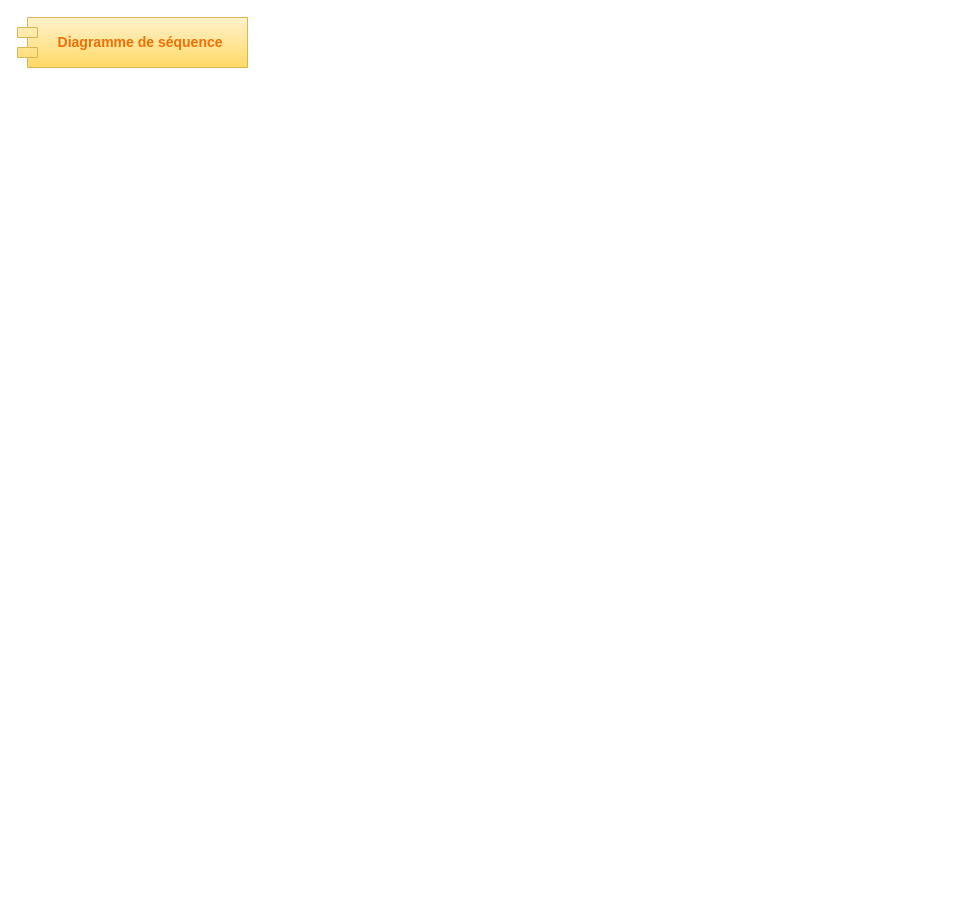
Above: doc/Diagramme_de_sequence_02.drawio in MelissaHOA/EXO_Gestion_Ecole (draw.io), before the change. Source tidied: cells renumbered, new cells numbered last; positions are measured from the earlier drawing's top-left corner, leaving out a move shared by most shapes. Both pictures are drawn from the tidied source at 100%, with x=0, y=0 at pixel (17, 17).
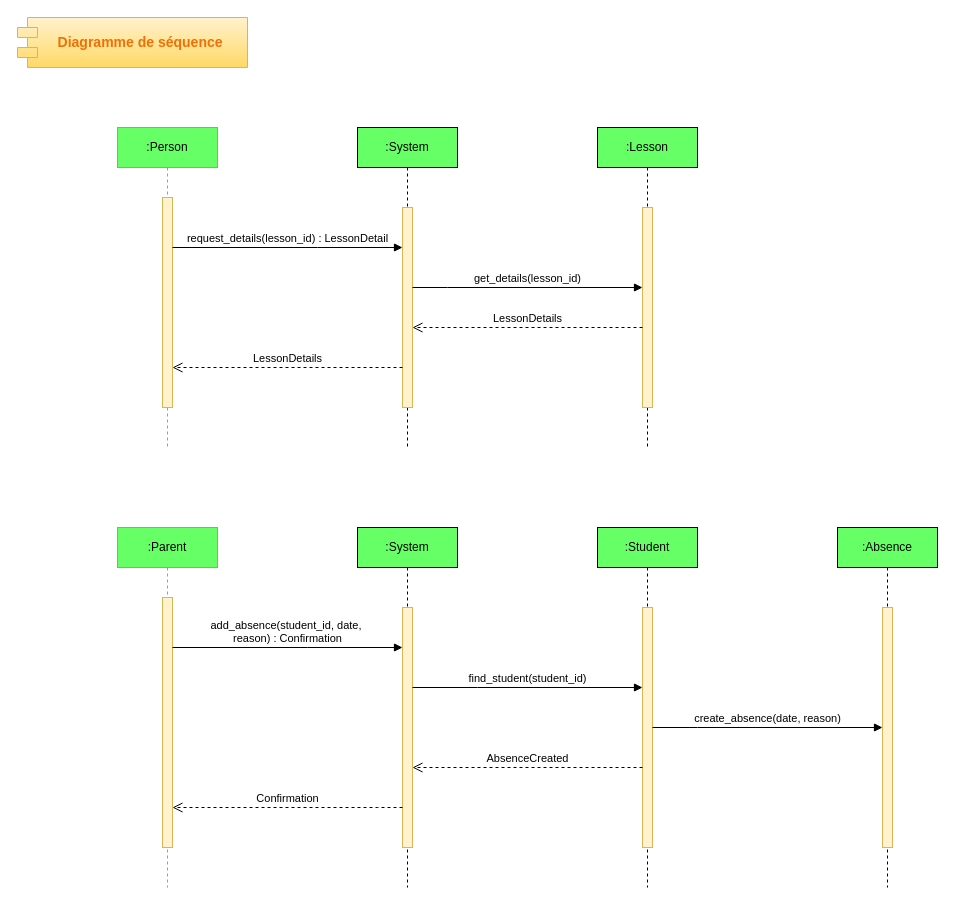
After the change.

Commit message:
Mettre à jour Diagramme_de_sequence_02.drawio

The edit, as a diff of the source:
```diff
@@
+    <mxCell id="3" value=":Person" style="shape=umlLifeline;perimeter=lifelinePerimeter;whiteSpace=wrap;html=1;newEdgeStyle={&quot;edgeStyle&quot;:&quot;elbowEdgeStyle&quot;,&quot;elbow&quot;:&quot;vertical&quot;,&quot;curved&quot;:0,&quot;rounded&quot;:0};fillColor=#66ff66;strokeColor=#82b366;" parent="1" vertex="1">
+      <mxGeometry x="100" y="110" width="100" height="320" as="geometry" />
+    </mxCell>
+    <mxCell id="4" style="html=1;points=[];perimeter=orthogonalPerimeter;outlineConnect=0;targetShapes=umlLifeline;portConstraint=eastwest;newEdgeStyle={&quot;edgeStyle&quot;:&quot;elbowEdgeStyle&quot;,&quot;elbow&quot;:&quot;vertical&quot;,&quot;curved&quot;:0,&quot;rounded&quot;:0};fillColor=#fff2cc;strokeColor=#d6b656;" parent="3" vertex="1">
+      <mxGeometry x="45" y="70" width="10" height="210" as="geometry" />
+    </mxCell>
+    <mxCell id="5" value=":System" style="shape=umlLifeline;perimeter=lifelinePerimeter;whiteSpace=wrap;html=1;newEdgeStyle={&quot;edgeStyle&quot;:&quot;elbowEdgeStyle&quot;,&quot;elbow&quot;:&quot;vertical&quot;,&quot;curved&quot;:0,&quot;rounded&quot;:0};fillColor=#66ff66;" parent="1" vertex="1">
+      <mxGeometry x="340" y="110" width="100" height="320" as="geometry" />
+    </mxCell>
+    <mxCell id="6" style="html=1;points=[];perimeter=orthogonalPerimeter;outlineConnect=0;targetShapes=umlLifeline;portConstraint=eastwest;newEdgeStyle={&quot;edgeStyle&quot;:&quot;elbowEdgeStyle&quot;,&quot;elbow&quot;:&quot;vertical&quot;,&quot;curved&quot;:0,&quot;rounded&quot;:0};fillColor=#fff2cc;strokeColor=#d6b656;" parent="5" vertex="1">
+      <mxGeometry x="45" y="80" width="10" height="200" as="geometry" />
+    </mxCell>
+    <mxCell id="7" value="request_details(lesson_id) : LessonDetail" style="html=1;verticalAlign=bottom;endArrow=block;edgeStyle=elbowEdgeStyle;elbow=vertical;curved=0;rounded=0;" parent="1" edge="1" source="4" target="6">
+      <mxGeometry relative="1" as="geometry">
+        <Array as="points">
+          <mxPoint x="300" y="230" />
+          <mxPoint x="240" y="190" />
+        </Array>
+      </mxGeometry>
+    </mxCell>
+    <mxCell id="8" value="LessonDetails" style="html=1;verticalAlign=bottom;endArrow=open;dashed=1;endSize=8;edgeStyle=elbowEdgeStyle;elbow=vertical;curved=0;rounded=0;" parent="1" edge="1">
+      <mxGeometry relative="1" as="geometry">
+        <mxPoint x="385" y="350" as="sourcePoint" />
+        <mxPoint x="155" y="350" as="targetPoint" />
+        <Array as="points">
+          <mxPoint x="320" y="350" />
+          <mxPoint x="250" y="390" />
+        </Array>
+      </mxGeometry>
+    </mxCell>
+    <mxCell id="9" value=":Lesson" style="shape=umlLifeline;perimeter=lifelinePerimeter;whiteSpace=wrap;html=1;newEdgeStyle={&quot;edgeStyle&quot;:&quot;elbowEdgeStyle&quot;,&quot;elbow&quot;:&quot;vertical&quot;,&quot;curved&quot;:0,&quot;rounded&quot;:0};fillColor=#66FF66;" parent="1" vertex="1">
+      <mxGeometry x="580" y="110" width="100" height="320" as="geometry" />
+    </mxCell>
+    <mxCell id="10" style="html=1;points=[];perimeter=orthogonalPerimeter;outlineConnect=0;targetShapes=umlLifeline;portConstraint=eastwest;newEdgeStyle={&quot;edgeStyle&quot;:&quot;elbowEdgeStyle&quot;,&quot;elbow&quot;:&quot;vertical&quot;,&quot;curved&quot;:0,&quot;rounded&quot;:0};fillColor=#fff2cc;strokeColor=#d6b656;" parent="9" vertex="1">
+      <mxGeometry x="45" y="80" width="10" height="200" as="geometry" />
+    </mxCell>
+    <mxCell id="11" value="get_details(lesson_id)" style="html=1;verticalAlign=bottom;endArrow=block;edgeStyle=elbowEdgeStyle;elbow=vertical;curved=0;rounded=0;" parent="1" edge="1" source="6" target="10">
+      <mxGeometry relative="1" as="geometry">
+        <Array as="points">
+          <mxPoint x="430" y="270" />
+          <mxPoint x="485" y="230" />
+        </Array>
+      </mxGeometry>
+    </mxCell>
+    <mxCell id="12" value="LessonDetails" style="html=1;verticalAlign=bottom;endArrow=open;dashed=1;endSize=8;edgeStyle=elbowEdgeStyle;elbow=vertical;curved=0;rounded=0;" parent="1" edge="1" source="10" target="6">
+      <mxGeometry relative="1" as="geometry">
+        <Array as="points">
+          <mxPoint x="440" y="310" />
+          <mxPoint x="485" y="270" />
+        </Array>
+      </mxGeometry>
+    </mxCell>
+    <mxCell id="13" value=":Parent" style="shape=umlLifeline;perimeter=lifelinePerimeter;whiteSpace=wrap;html=1;newEdgeStyle={&quot;edgeStyle&quot;:&quot;elbowEdgeStyle&quot;,&quot;elbow&quot;:&quot;vertical&quot;,&quot;curved&quot;:0,&quot;rounded&quot;:0};fillColor=#66ff66;strokeColor=#82b366;" parent="1" vertex="1">
+      <mxGeometry x="100" y="510" width="100" height="360" as="geometry" />
+    </mxCell>
+    <mxCell id="14" style="html=1;points=[];perimeter=orthogonalPerimeter;outlineConnect=0;targetShapes=umlLifeline;portConstraint=eastwest;newEdgeStyle={&quot;edgeStyle&quot;:&quot;elbowEdgeStyle&quot;,&quot;elbow&quot;:&quot;vertical&quot;,&quot;curved&quot;:0,&quot;rounded&quot;:0};fillColor=#fff2cc;strokeColor=#d6b656;" parent="13" vertex="1">
+      <mxGeometry x="45" y="70" width="10" height="250" as="geometry" />
+    </mxCell>
+    <mxCell id="15" value=":System" style="shape=umlLifeline;perimeter=lifelinePerimeter;whiteSpace=wrap;html=1;newEdgeStyle={&quot;edgeStyle&quot;:&quot;elbowEdgeStyle&quot;,&quot;elbow&quot;:&quot;vertical&quot;,&quot;curved&quot;:0,&quot;rounded&quot;:0};fillColor=#66ff66;" parent="1" vertex="1">
+      <mxGeometry x="340" y="510" width="100" height="360" as="geometry" />
+    </mxCell>
+    <mxCell id="16" style="html=1;points=[];perimeter=orthogonalPerimeter;outlineConnect=0;targetShapes=umlLifeline;portConstraint=eastwest;newEdgeStyle={&quot;edgeStyle&quot;:&quot;elbowEdgeStyle&quot;,&quot;elbow&quot;:&quot;vertical&quot;,&quot;curved&quot;:0,&quot;rounded&quot;:0};fillColor=#fff2cc;strokeColor=#d6b656;" parent="15" vertex="1">
+      <mxGeometry x="45" y="80" width="10" height="240" as="geometry" />
+    </mxCell>
+    <mxCell id="17" value="add_absence(student_id, date,&amp;nbsp;&lt;div&gt;reason) : Confirmation&lt;/div&gt;" style="html=1;verticalAlign=bottom;endArrow=block;edgeStyle=elbowEdgeStyle;elbow=vertical;curved=0;rounded=0;" parent="1" edge="1" source="14" target="16">
+      <mxGeometry relative="1" as="geometry">
+        <Array as="points">
+          <mxPoint x="290" y="630" />
+          <mxPoint x="240" y="590" />
+        </Array>
+      </mxGeometry>
+    </mxCell>
+    <mxCell id="18" value="Confirmation" style="html=1;verticalAlign=bottom;endArrow=open;dashed=1;endSize=8;edgeStyle=elbowEdgeStyle;elbow=vertical;curved=0;rounded=0;" parent="1" edge="1" source="16" target="14">
+      <mxGeometry relative="1" as="geometry">
+        <Array as="points">
+          <mxPoint x="360" y="790" />
+          <mxPoint x="300" y="750" />
+          <mxPoint x="320" y="710" />
+          <mxPoint x="250" y="750" />
+        </Array>
+      </mxGeometry>
+    </mxCell>
+    <mxCell id="19" value=":Student" style="shape=umlLifeline;perimeter=lifelinePerimeter;whiteSpace=wrap;html=1;newEdgeStyle={&quot;edgeStyle&quot;:&quot;elbowEdgeStyle&quot;,&quot;elbow&quot;:&quot;vertical&quot;,&quot;curved&quot;:0,&quot;rounded&quot;:0};fillColor=#66FF66;" parent="1" vertex="1">
+      <mxGeometry x="580" y="510" width="100" height="360" as="geometry" />
+    </mxCell>
+    <mxCell id="20" style="html=1;points=[];perimeter=orthogonalPerimeter;outlineConnect=0;targetShapes=umlLifeline;portConstraint=eastwest;newEdgeStyle={&quot;edgeStyle&quot;:&quot;elbowEdgeStyle&quot;,&quot;elbow&quot;:&quot;vertical&quot;,&quot;curved&quot;:0,&quot;rounded&quot;:0};fillColor=#fff2cc;strokeColor=#d6b656;" parent="19" vertex="1">
+      <mxGeometry x="45" y="80" width="10" height="240" as="geometry" />
+    </mxCell>
+    <mxCell id="21" value="find_student(student_id)" style="html=1;verticalAlign=bottom;endArrow=block;edgeStyle=elbowEdgeStyle;elbow=vertical;curved=0;rounded=0;" parent="1" edge="1" source="16" target="20">
+      <mxGeometry relative="1" as="geometry">
+        <Array as="points">
+          <mxPoint x="460" y="670" />
+          <mxPoint x="485" y="630" />
+        </Array>
+      </mxGeometry>
+    </mxCell>
+    <mxCell id="22" value="AbsenceCreated" style="html=1;verticalAlign=bottom;endArrow=open;dashed=1;endSize=8;edgeStyle=elbowEdgeStyle;elbow=vertical;curved=0;rounded=0;" parent="1" edge="1" source="20" target="16">
+      <mxGeometry relative="1" as="geometry">
+        <Array as="points">
+          <mxPoint x="580" y="750" />
+          <mxPoint x="590" y="710" />
+          <mxPoint x="485" y="670" />
+        </Array>
+      </mxGeometry>
+    </mxCell>
+    <mxCell id="23" value=":Absence" style="shape=umlLifeline;perimeter=lifelinePerimeter;whiteSpace=wrap;html=1;newEdgeStyle={&quot;edgeStyle&quot;:&quot;elbowEdgeStyle&quot;,&quot;elbow&quot;:&quot;vertical&quot;,&quot;curved&quot;:0,&quot;rounded&quot;:0};fillColor=#66FF66;" parent="1" vertex="1">
+      <mxGeometry x="820" y="510" width="100" height="360" as="geometry" />
+    </mxCell>
+    <mxCell id="24" style="html=1;points=[];perimeter=orthogonalPerimeter;outlineConnect=0;targetShapes=umlLifeline;portConstraint=eastwest;newEdgeStyle={&quot;edgeStyle&quot;:&quot;elbowEdgeStyle&quot;,&quot;elbow&quot;:&quot;vertical&quot;,&quot;curved&quot;:0,&quot;rounded&quot;:0};fillColor=#fff2cc;strokeColor=#d6b656;" parent="23" vertex="1">
+      <mxGeometry x="45" y="80" width="10" height="240" as="geometry" />
+    </mxCell>
+    <mxCell id="25" value="create_absence(date, reason)" style="html=1;verticalAlign=bottom;endArrow=block;edgeStyle=elbowEdgeStyle;elbow=vertical;curved=0;rounded=0;" parent="1" edge="1" source="20" target="24">
+      <mxGeometry relative="1" as="geometry">
+        <Array as="points">
+          <mxPoint x="680" y="710" />
+          <mxPoint x="730" y="670" />
+        </Array>
+      </mxGeometry>
+    </mxCell>
```
